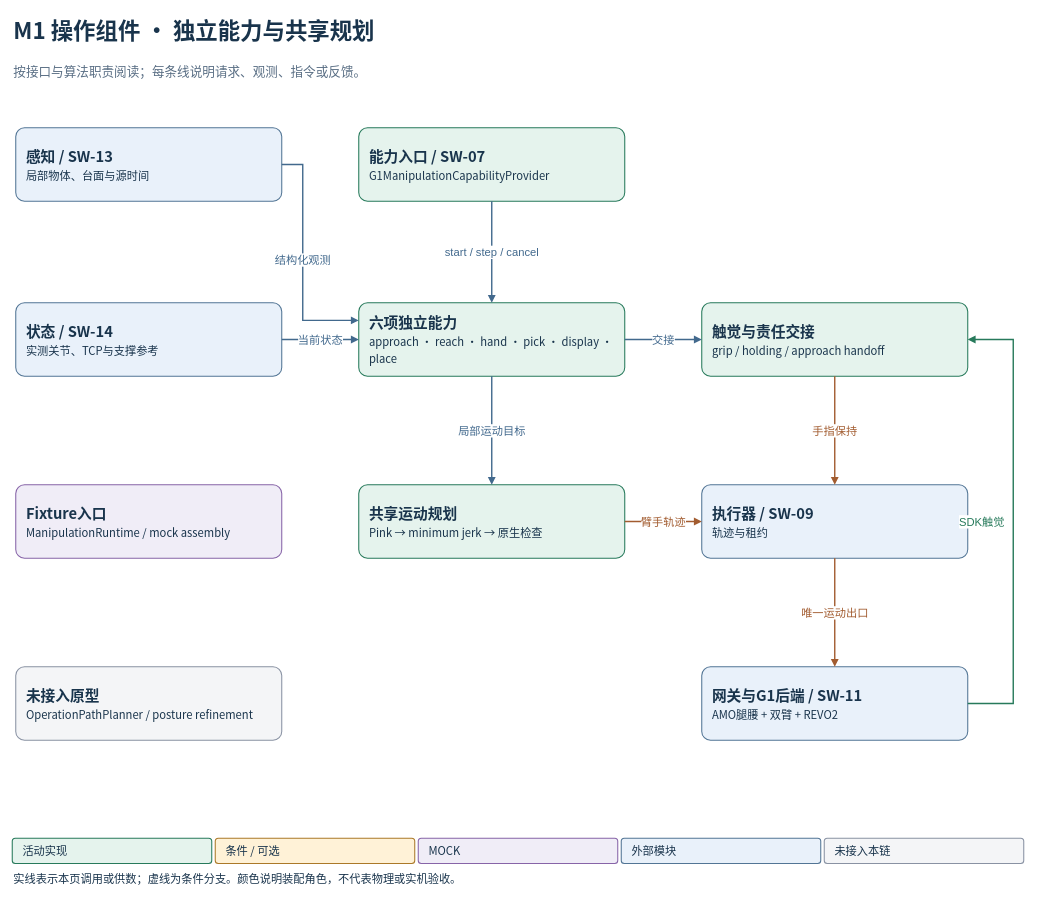
This is page "M1 操作组件 · 独立能力与共享规划" (1 of 3) of site/diagrams/manipulation-runtime.drawio from gao377/gao377.github.io, a draw.io file, before an edit. Source tidied: cells renumbered, new cells numbered last; positions are measured from the earlier drawing's top-left corner, leaving out a move shared by most shapes. Both pictures are drawn from the tidied source at 70%, with x=0, y=0 at pixel (12, 12).
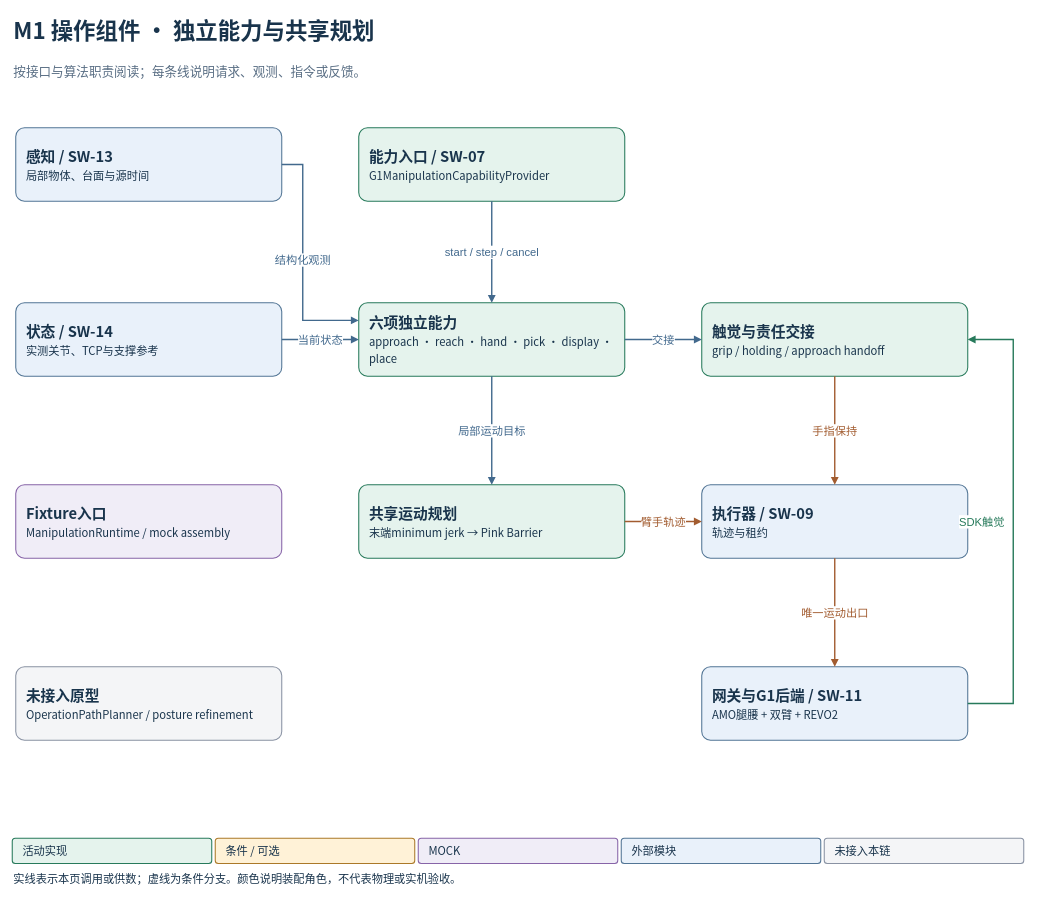
Above is the later version.

The edit, as a diff of the source:
```diff
@@
-    <mxCell id="8" value="&lt;b&gt;共享运动规划&lt;/b&gt;&lt;br&gt;&lt;font style=&quot;font-size:16px&quot;&gt;Pink → minimum jerk → 原生检查&lt;/font&gt;" style="rounded=1;whiteSpace=wrap;html=1;fillColor=#E5F3ED;strokeColor=#277A5B;strokeWidth=1.5;fontFamily=Noto Sans CJK SC;fontSize=21;fontColor=#19344C;align=left;verticalAlign=middle;spacing=15;arcSize=12;" parent="1" vertex="1">
+    <mxCell id="8" value="&lt;b&gt;共享运动规划&lt;/b&gt;&lt;br&gt;&lt;font style=&quot;font-size:16px&quot;&gt;末端minimum jerk → Pink Barrier&lt;/font&gt;" style="rounded=1;whiteSpace=wrap;html=1;fillColor=#E5F3ED;strokeColor=#277A5B;strokeWidth=1.5;fontFamily=Noto Sans CJK SC;fontSize=21;fontColor=#19344C;align=left;verticalAlign=middle;spacing=15;arcSize=12;" parent="1" vertex="1">
       <mxGeometry x="495" y="675" width="380" height="105" as="geometry" />
     </mxCell>
```
